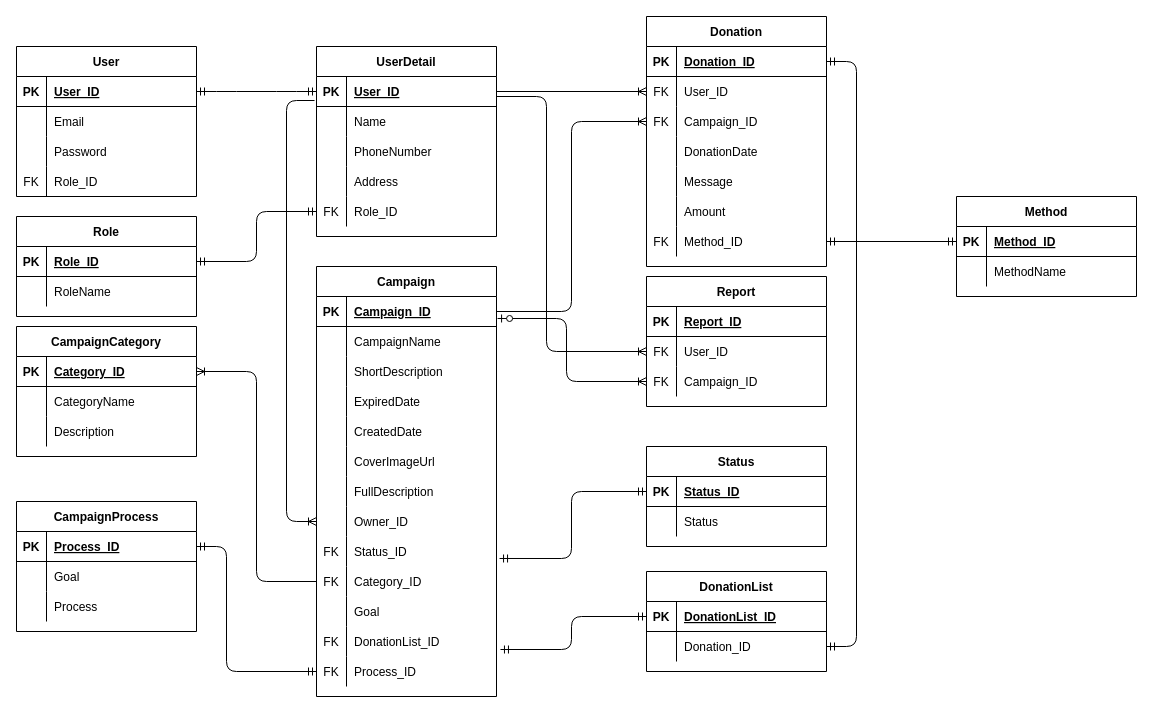
Before: database.drawio in ces-hoangdao/VDF_KTPM, a draw.io diagram. Source tidied: cells renumbered, new cells numbered last; positions are measured from the earlier drawing's top-left corner, leaving out a move shared by most shapes. Both pictures are drawn from the tidied source at 100%, with x=0, y=0 at pixel (16, 16).
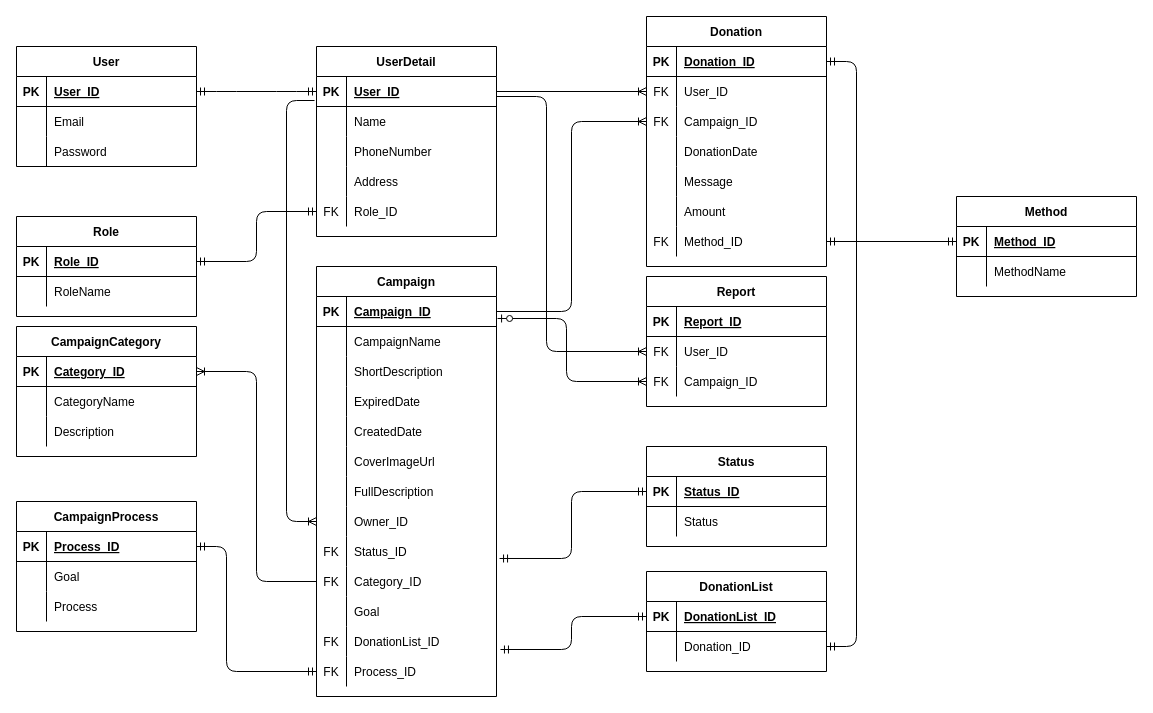
After the change.

Change to the diagram source:
```diff
@@
     <mxCell id="2" value="User" style="shape=table;startSize=30;childLayout=tableLayout;rowLines=0;fontStyle=1;align=center;" parent="1" vertex="1">
-      <mxGeometry y="30" width="180" height="150" as="geometry" />
+      <mxGeometry y="30" width="180" height="120" as="geometry" />
     </mxCell>
@@
-    <mxCell id="12" style="shape=partialRectangle;fillColor=none;top=0;left=0;bottom=0;right=0;" parent="2" vertex="1">
-      <mxGeometry y="120" width="180" height="30" as="geometry" />
-    </mxCell>
-    <mxCell id="13" value="FK" style="shape=partialRectangle;fillColor=none;top=0;left=0;bottom=0;right=0;overflow=hidden;" parent="12" vertex="1">
-      <mxGeometry width="30" height="30" as="geometry" />
-    </mxCell>
-    <mxCell id="14" value="Role_ID" style="shape=partialRectangle;fillColor=none;top=0;left=0;bottom=0;right=0;align=left;spacingLeft=6;overflow=hidden;" parent="12" vertex="1">
-      <mxGeometry x="30" width="150" height="30" as="geometry" />
-    </mxCell>
```
